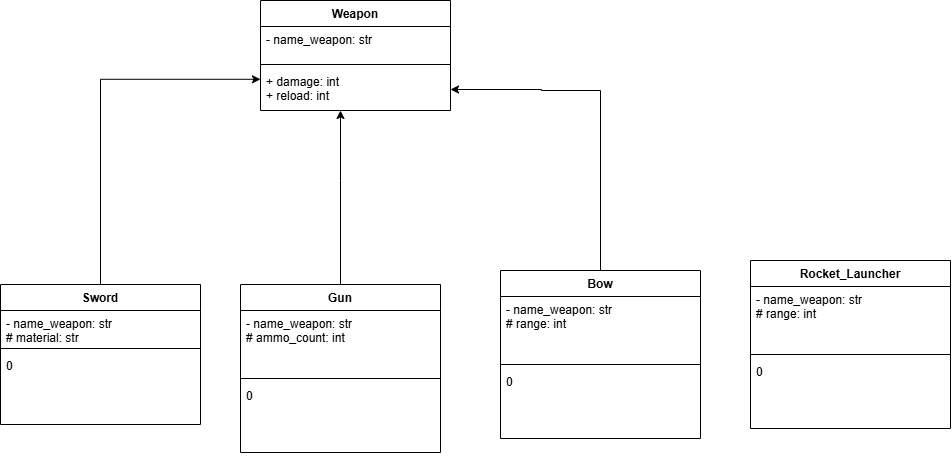
The draw.io diagram Lab_act3.drawio.png in lukebaldovino/Lab_act3, before a commit. Source tidied: cells renumbered, new cells last; positions are measured from the earlier drawing's top-left corner, leaving out a move shared by most shapes.
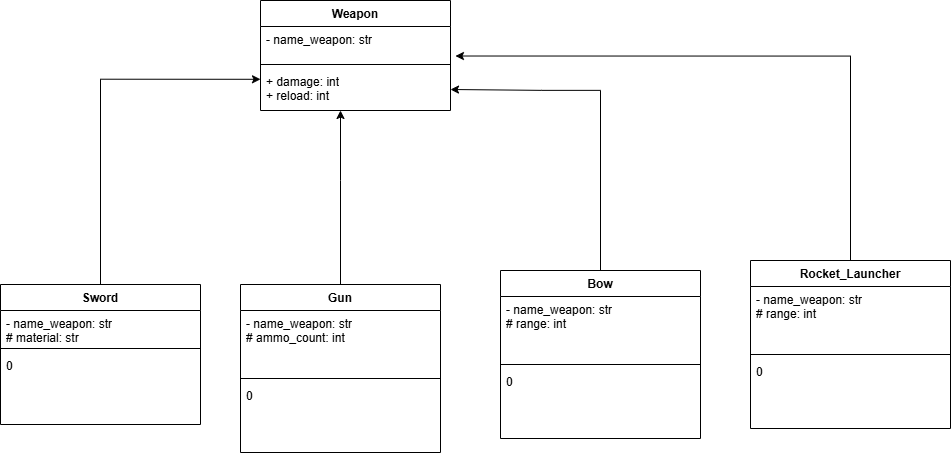
After the commit.

The edit, as a diff of the source:
```diff
@@ -82,5 +82,8 @@
     <mxCell id="24" value="&lt;div&gt;&lt;div&gt;0&lt;/div&gt;&lt;/div&gt;" style="text;strokeColor=none;fillColor=none;align=left;verticalAlign=top;spacingLeft=4;spacingRight=4;overflow=hidden;whiteSpace=wrap;html=1;" parent="21" vertex="1">
       <mxGeometry y="98" width="200" height="70" as="geometry" />
     </mxCell>
+    <mxCell id="25" style="edgeStyle=orthogonalEdgeStyle;rounded=0;jettySize=auto;html=1;entryX=1.026;entryY=0.868;entryDx=0;entryDy=0;entryPerimeter=0;" parent="1" edge="1" source="21" target="3">
+      <mxGeometry relative="1" as="geometry" />
+    </mxCell>
   </root>
 </mxGraphModel>
```
